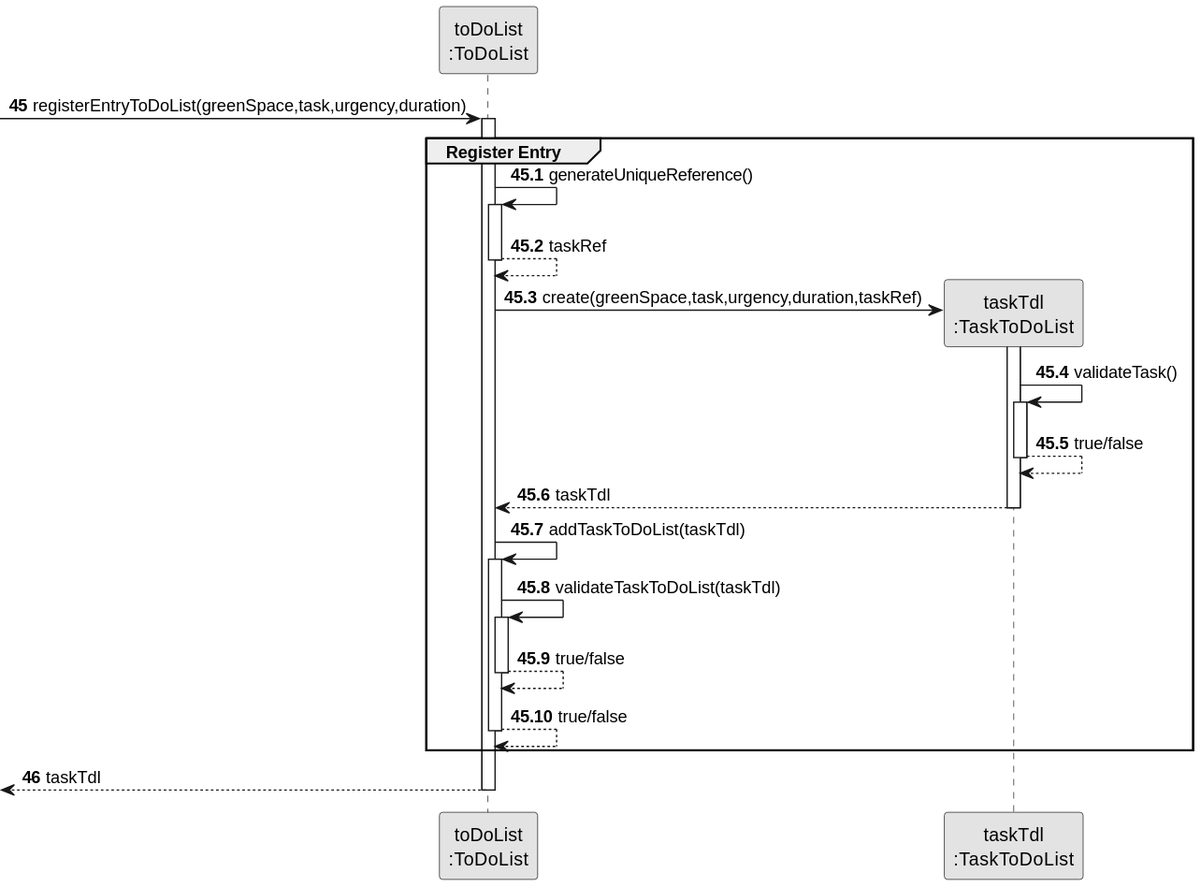
The PlantUML diagram docs/sprint3/us21/03.design/svg/us21-sequence-diagram-partial-add-to-do-list.svg in Departamento-de-Engenharia-Informatica/lei-24-s2-1db-g022, before a commit.
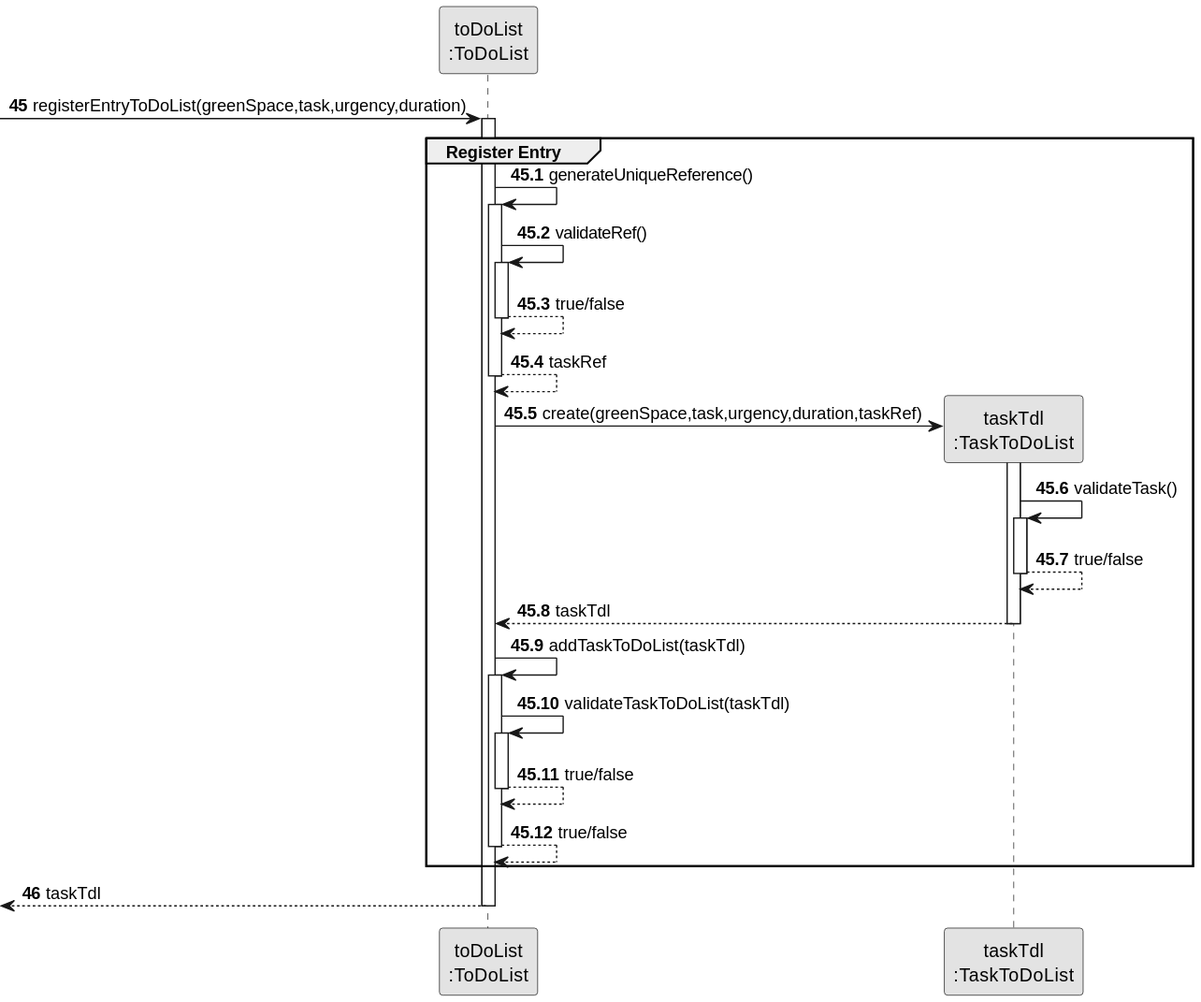
After the commit.

Diff of the diagram source:
```diff
@@ -16,6 +16,13 @@
 
         TDL -> TDL: generateUniqueReference()
         activate TDL
+
+            TDL -> TDL : validateRef()
+        activate TDL
+
+            TDL --> TDL : true/false
+        deactivate TDL
+
         TDL --> TDL: taskRef
         deactivate TDL
 
```
